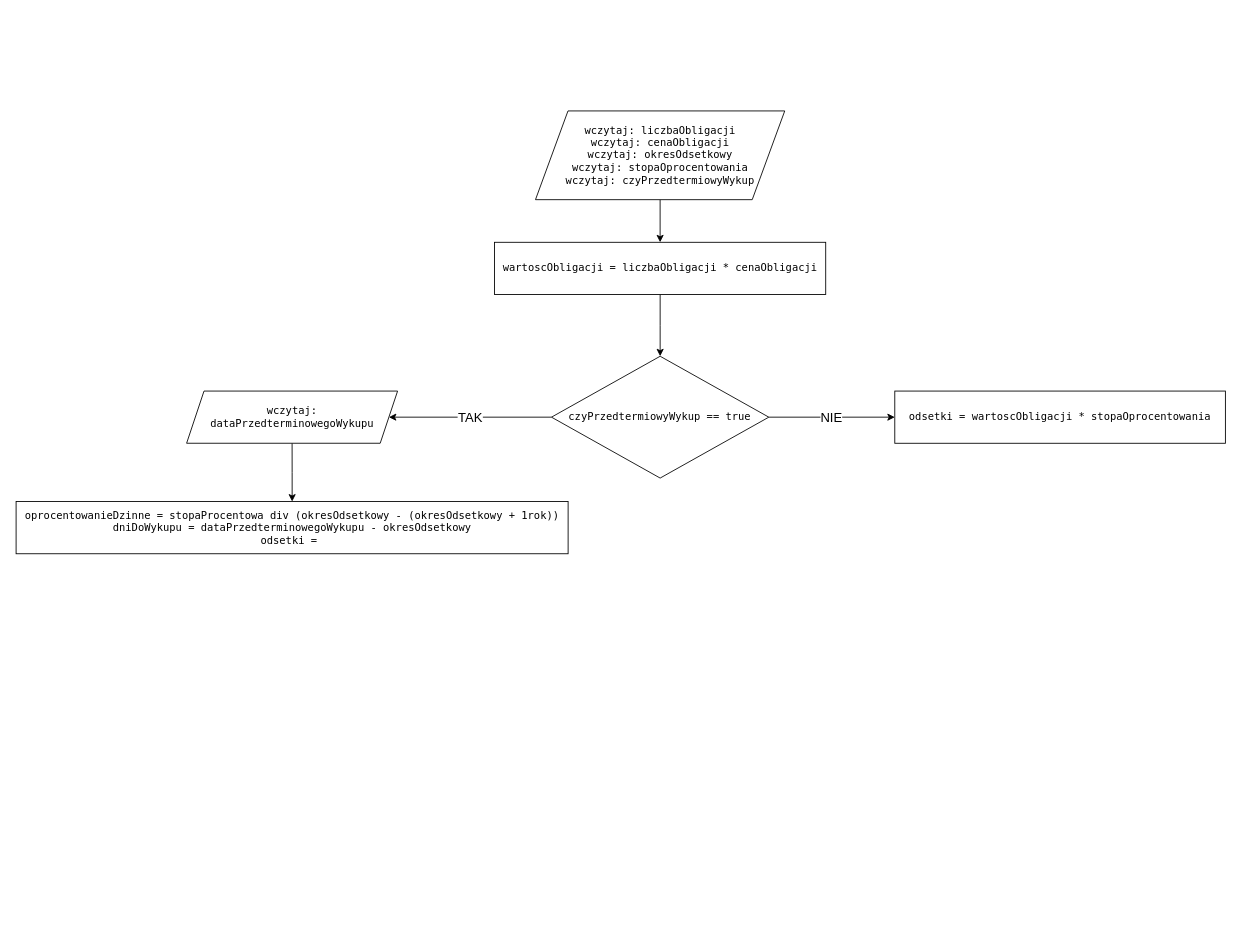
Before: algorytmy-i-struktury-danych/obligacje-4letnie-coi.drawio in MichalPniak/diagrams.net, a draw.io diagram. Source tidied: cells renumbered, new cells numbered last; positions are measured from the earlier drawing's top-left corner, leaving out a move shared by most shapes. Both pictures are drawn from the tidied source at 87%, with x=0, y=0 at pixel (16, 110).
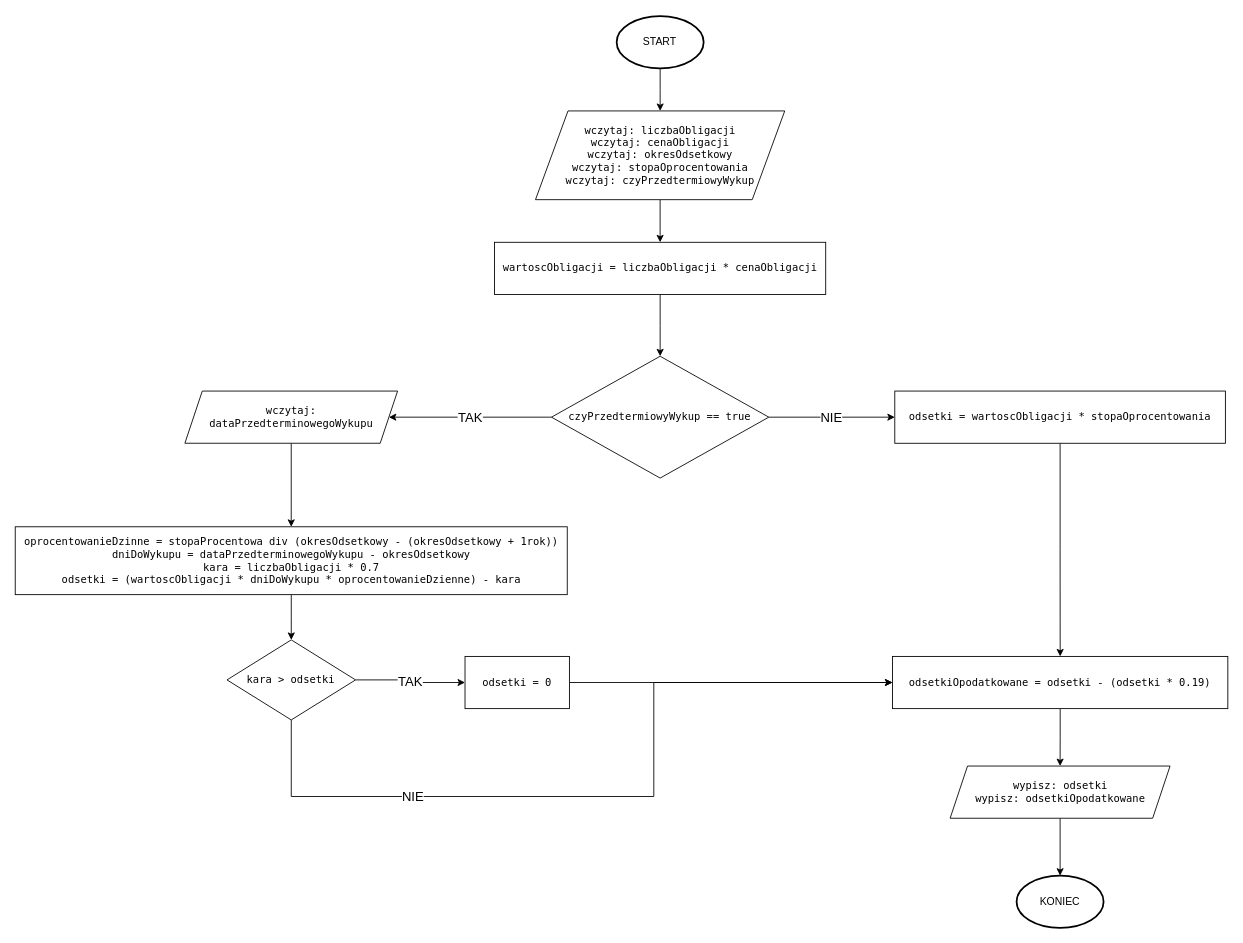
After the change.

The change refers to these unchanged cells:
```xml
<mxCell id="3" value="wczytaj: liczbaObligacji&lt;br style=&quot;font-size: 12px;&quot;&gt;&lt;span style=&quot;font-size: 12px;&quot;&gt;wczytaj: cenaObligacji&lt;/span&gt;&lt;br style=&quot;font-size: 12px;&quot;&gt;&lt;span style=&quot;font-size: 12px;&quot;&gt;wczytaj: okresOdsetkowy&lt;/span&gt;&lt;br style=&quot;font-size: 12px;&quot;&gt;&lt;span style=&quot;font-size: 12px;&quot;&gt;wczytaj: stopaOprocentowania&lt;/span&gt;&lt;br style=&quot;font-size: 12px;&quot;&gt;&lt;span style=&quot;font-size: 12px;&quot;&gt;wczytaj: czyPrzedtermiowyWykup&lt;/span&gt;" style="shape=parallelogram;html=1;strokeWidth=1;perimeter=parallelogramPerimeter;whiteSpace=wrap;rounded=0;arcSize=12;size=0.13043478260869565;hachureGap=4;fontFamily=Lucida Console;fontSize=12;glass=0;shadow=0;labelBackgroundColor=none;align=center;" parent="1" vertex="1">
  <mxGeometry x="597" width="286.5" height="102" as="geometry" />
</mxCell>
<mxCell id="8" value="odsetki = wartoscObligacji * stopaOprocentowania" style="whiteSpace=wrap;html=1;fontFamily=Lucida Console;strokeWidth=1;rounded=0;arcSize=12;hachureGap=4;glass=0;shadow=0;labelBackgroundColor=none;" parent="1" vertex="1">
  <mxGeometry x="1010" y="322" width="380" height="60" as="geometry" />
</mxCell>
```

The edit, as a diff of the source:
```diff
@@
-    <mxCell id="6" value="czyPrzedtermiowyWykup&amp;nbsp;== true" style="rhombus;whiteSpace=wrap;html=1;fontFamily=Lucida Console;strokeWidth=1;rounded=0;arcSize=12;hachureGap=4;glass=0;shadow=0;labelBackgroundColor=none;" parent="1" vertex="1">
+    <mxCell id="6" value="czyPrzedtermiowyWykup&amp;nbsp;== true" style="rhombus;whiteSpace=wrap;html=1;fontFamily=Lucida Console;strokeWidth=1;rounded=0;arcSize=12;hachureGap=4;glass=0;shadow=0;labelBackgroundColor=none;verticalAlign=middle;" parent="1" vertex="1">
       <mxGeometry x="615.4" y="282" width="249.8" height="140" as="geometry" />
     </mxCell>
+    <mxCell id="13" style="edgeStyle=orthogonalEdgeStyle;rounded=0;jettySize=auto;html=1;" parent="1" edge="1" source="7" target="17">
+      <mxGeometry relative="1" as="geometry" />
+    </mxCell>
-    <mxCell id="7" value="oprocentowanieDzinne = stopaProcentowa div (okresOdsetkowy - (okresOdsetkowy + 1rok))&lt;br&gt;dniDoWykupu = dataPrzedterminowegoWykupu - okresOdsetkowy&lt;br&gt;odsetki =&amp;nbsp;" style="whiteSpace=wrap;html=1;fontFamily=Lucida Console;strokeWidth=1;rounded=0;arcSize=12;hachureGap=4;glass=0;shadow=0;labelBackgroundColor=none;" parent="1" vertex="1">
-      <mxGeometry y="449" width="634.5" height="60" as="geometry" />
+    <mxCell id="7" value="oprocentowanieDzinne = stopaProcentowa div (okresOdsetkowy - (okresOdsetkowy + 1rok))&lt;br&gt;dniDoWykupu = dataPrzedterminowegoWykupu - okresOdsetkowy&lt;br&gt;kara = liczbaObligacji * 0.7&lt;br&gt;odsetki = (wartoscObligacji * dniDoWykupu * oprocentowanieDzienne) - kara" style="whiteSpace=wrap;html=1;fontFamily=Lucida Console;strokeWidth=1;rounded=0;arcSize=12;hachureGap=4;glass=0;shadow=0;labelBackgroundColor=none;" parent="1" vertex="1">
+      <mxGeometry x="-1" y="478" width="634.5" height="78" as="geometry" />
     </mxCell>
+    <mxCell id="14" style="edgeStyle=orthogonalEdgeStyle;rounded=0;jettySize=auto;html=1;" parent="1" edge="1" source="8" target="21">
+      <mxGeometry relative="1" as="geometry" />
+    </mxCell>
@@
-    <mxCell id="9" style="edgeStyle=orthogonalEdgeStyle;rounded=0;jettySize=auto;html=1;exitX=0.5;exitY=1;exitDx=0;exitDy=0;" parent="1" edge="1" source="10" target="7">
+    <mxCell id="9" style="edgeStyle=orthogonalEdgeStyle;rounded=0;jettySize=auto;html=1;" parent="1" edge="1" source="10" target="7">
       <mxGeometry relative="1" as="geometry" />
     </mxCell>
     <mxCell id="10" value="wczytaj: dataPrzedterminowegoWykupu" style="shape=parallelogram;perimeter=parallelogramPerimeter;whiteSpace=wrap;html=1;fixedSize=1;fontFamily=Lucida Console;strokeWidth=1;rounded=0;arcSize=12;hachureGap=4;glass=0;shadow=0;labelBackgroundColor=none;" parent="1" vertex="1">
-      <mxGeometry x="196" y="322" width="242.5" height="60" as="geometry" />
+      <mxGeometry x="194" y="322" width="244.5" height="60" as="geometry" />
     </mxCell>
@@
+    <mxCell id="15" value="TAK" style="edgeStyle=orthogonalEdgeStyle;rounded=0;jettySize=auto;html=1;fontSize=15;" parent="1" edge="1" source="17" target="19">
+      <mxGeometry relative="1" as="geometry" />
+    </mxCell>
+    <mxCell id="16" value="NIE" style="edgeStyle=orthogonalEdgeStyle;rounded=0;jettySize=auto;html=1;entryX=0;entryY=0.5;entryDx=0;entryDy=0;fontSize=15;" parent="1" edge="1" source="17" target="21">
+      <mxGeometry x="-0.5" relative="1" as="geometry">
+        <Array as="points">
+          <mxPoint x="316" y="788" />
+          <mxPoint x="733" y="788" />
+          <mxPoint x="733" y="657" />
+        </Array>
+      </mxGeometry>
+    </mxCell>
+    <mxCell id="17" value="kara &amp;gt; odsetki" style="rhombus;whiteSpace=wrap;html=1;fontFamily=Lucida Console;strokeWidth=1;rounded=0;arcSize=12;hachureGap=4;glass=0;shadow=0;labelBackgroundColor=none;" parent="1" vertex="1">
+      <mxGeometry x="242.4" y="608" width="147.8" height="92" as="geometry" />
+    </mxCell>
+    <mxCell id="18" style="edgeStyle=orthogonalEdgeStyle;rounded=0;jettySize=auto;html=1;" parent="1" edge="1" source="19" target="21">
+      <mxGeometry relative="1" as="geometry" />
+    </mxCell>
+    <mxCell id="19" value="odsetki = 0" style="whiteSpace=wrap;html=1;fontFamily=Lucida Console;strokeWidth=1;rounded=0;arcSize=12;hachureGap=4;glass=0;shadow=0;labelBackgroundColor=none;" parent="1" vertex="1">
+      <mxGeometry x="516" y="627" width="120" height="60" as="geometry" />
+    </mxCell>
+    <mxCell id="20" style="edgeStyle=orthogonalEdgeStyle;rounded=0;jettySize=auto;html=1;" parent="1" edge="1" source="21" target="23">
+      <mxGeometry relative="1" as="geometry" />
+    </mxCell>
+    <mxCell id="21" value="odsetkiOpodatkowane = odsetki - (odsetki * 0.19)" style="whiteSpace=wrap;html=1;fontFamily=Lucida Console;strokeWidth=1;rounded=0;arcSize=12;hachureGap=4;glass=0;shadow=0;labelBackgroundColor=none;" parent="1" vertex="1">
+      <mxGeometry x="1007.3" y="627" width="385.5" height="60" as="geometry" />
+    </mxCell>
+    <mxCell id="22" style="edgeStyle=orthogonalEdgeStyle;rounded=0;jettySize=auto;html=1;entryX=0.5;entryY=0;entryDx=0;entryDy=0;entryPerimeter=0;" parent="1" edge="1" source="23" target="24">
+      <mxGeometry relative="1" as="geometry" />
+    </mxCell>
+    <mxCell id="23" value="wypisz: odsetki&lt;br&gt;wypisz: odsetkiOpodatkowane" style="shape=parallelogram;perimeter=parallelogramPerimeter;whiteSpace=wrap;html=1;fixedSize=1;fontFamily=Lucida Console;strokeWidth=1;rounded=0;arcSize=12;hachureGap=4;glass=0;shadow=0;labelBackgroundColor=none;" parent="1" vertex="1">
+      <mxGeometry x="1073.6" y="753" width="252.8" height="60" as="geometry" />
+    </mxCell>
+    <mxCell id="24" value="KONIEC" style="strokeWidth=2;html=1;shape=mxgraph.flowchart.start_1;whiteSpace=wrap;" parent="1" vertex="1">
+      <mxGeometry x="1150" y="879" width="100" height="60" as="geometry" />
+    </mxCell>
+    <mxCell id="25" style="edgeStyle=orthogonalEdgeStyle;rounded=0;jettySize=auto;html=1;" parent="1" edge="1" source="26" target="3">
+      <mxGeometry relative="1" as="geometry" />
+    </mxCell>
+    <mxCell id="26" value="START" style="strokeWidth=2;html=1;shape=mxgraph.flowchart.start_1;whiteSpace=wrap;" parent="1" vertex="1">
+      <mxGeometry x="690.3" y="-109" width="100" height="60" as="geometry" />
+    </mxCell>
```
